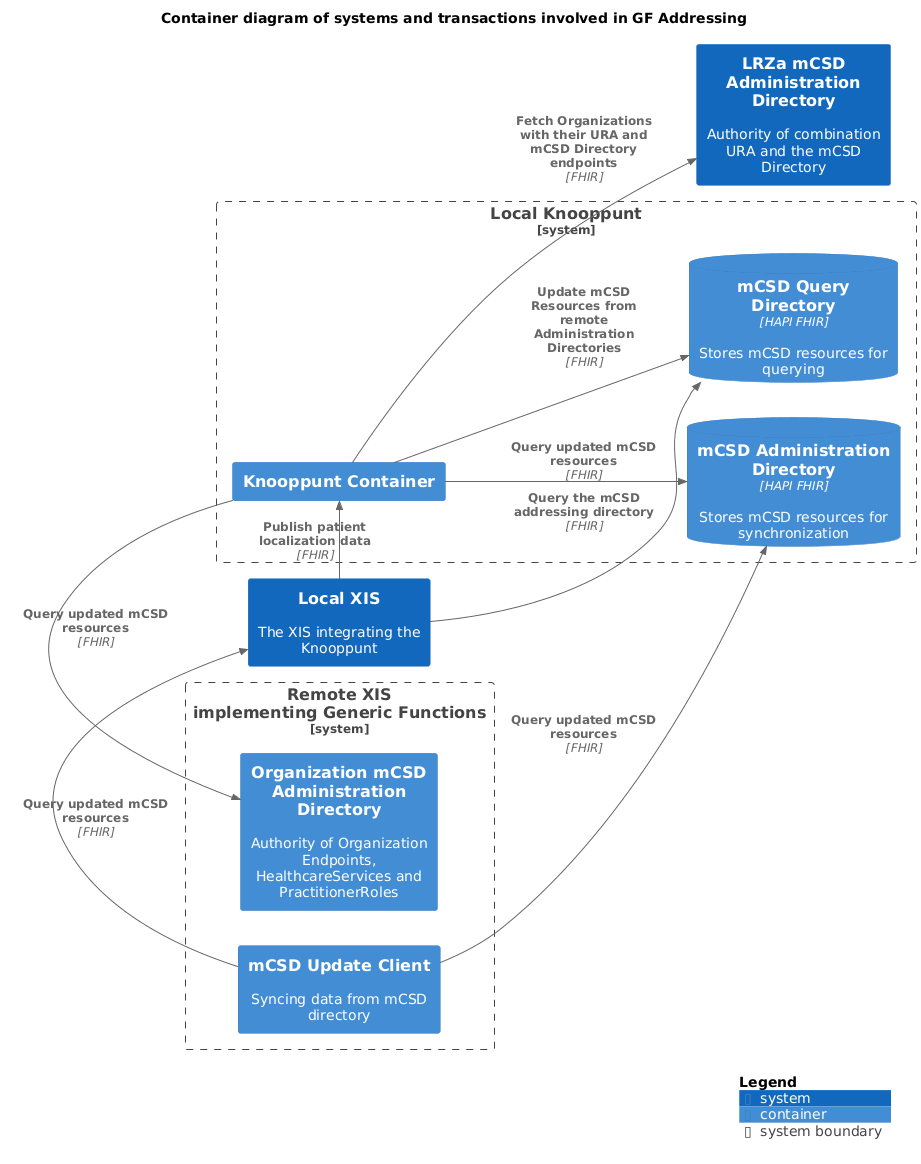
The PlantUML diagram docs/images/structurizr-GF_Addressing_ContainerDiagram.png in nuts-foundation/nuts-knooppunt, before a commit.
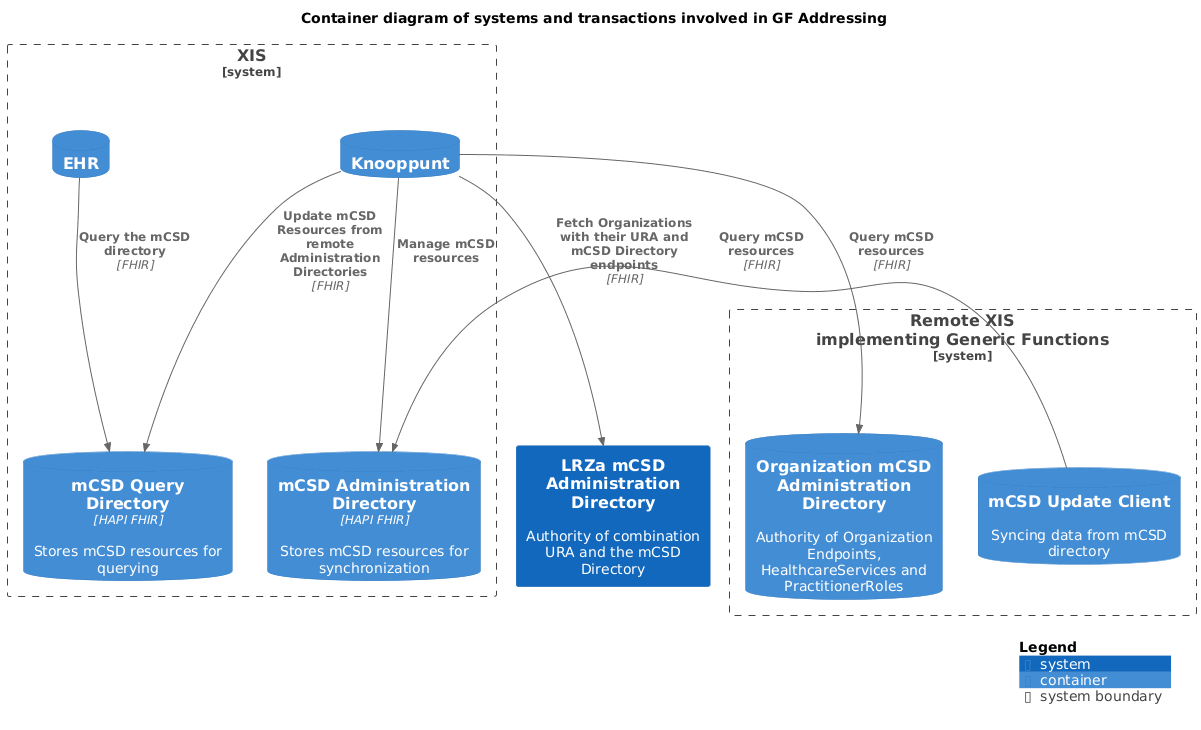
Above is the later version.

What changed in the source:
```diff
@@ -2,34 +2,32 @@
 set separator none
 title Container diagram of systems and transactions involved in GF Addressing
 
-left to right direction
+top to bottom direction
 
 !include <C4/C4>
 !include <C4/C4_Context>
 !include <C4/C4_Container>
 
 System(LRZamCSDAdministrationDirectory, "LRZa mCSD Administration Directory", $descr="Authority of combination URA and the mCSD Directory", $tags="", $link="")
-System(LocalXIS, "Local XIS", $descr="The XIS integrating the Knooppunt", $tags="", $link="")
 
 System_Boundary("RemoteXISimplementingGenericFunctions_boundary", "Remote XIS\nimplementing Generic Functions", $tags="") {
-  Container(RemoteXISimplementingGenericFunctions.mCSDUpdateClient, "mCSD Update Client", $techn="", $descr="Syncing data from mCSD directory", $tags="", $link="")
-  Container(RemoteXISimplementingGenericFunctions.OrganizationmCSDAdministrationDirectory, "Organization mCSD Administration Directory", $techn="", $descr="Authority of Organization Endpoints, HealthcareServices and PractitionerRoles", $tags="", $link="")
+  ContainerDb(RemoteXISimplementingGenericFunctions.mCSDUpdateClient, "mCSD Update Client", $techn="", $descr="Syncing data from mCSD directory", $tags="", $link="")
+  ContainerDb(RemoteXISimplementingGenericFunctions.OrganizationmCSDAdministrationDirectory, "Organization mCSD Administration Directory", $techn="", $descr="Authority of Organization Endpoints, HealthcareServices and PractitionerRoles", $tags="", $link="")
 }
 
-System_Boundary("LocalKnooppunt_boundary", "Local Knooppunt", $tags="") {
-  Container(LocalKnooppunt.KnooppuntContainer, "Knooppunt Container", $techn="", $descr="", $tags="", $link="")
-  ContainerDb(LocalKnooppunt.mCSDQueryDirectory, "mCSD Query Directory", $techn="HAPI FHIR", $descr="Stores mCSD resources for querying", $tags="", $link="")
-  ContainerDb(LocalKnooppunt.mCSDAdministrationDirectory, "mCSD Administration Directory", $techn="HAPI FHIR", $descr="Stores mCSD resources for synchronization", $tags="", $link="")
+System_Boundary("XIS_boundary", "XIS", $tags="") {
+  ContainerDb(XIS.Knooppunt, "Knooppunt", $techn="", $descr="", $tags="", $link="")
+  ContainerDb(XIS.mCSDQueryDirectory, "mCSD Query Directory", $techn="HAPI FHIR", $descr="Stores mCSD resources for querying", $tags="", $link="")
+  ContainerDb(XIS.mCSDAdministrationDirectory, "mCSD Administration Directory", $techn="HAPI FHIR", $descr="Stores mCSD resources for synchronization", $tags="", $link="")
+  ContainerDb(XIS.EHR, "EHR", $techn="", $descr="", $tags="", $link="")
 }
 
-Rel(LocalKnooppunt.KnooppuntContainer, LocalKnooppunt.mCSDQueryDirectory, "Update mCSD Resources from remote Administration Directories", $techn="FHIR", $tags="", $link="")
-Rel(LocalKnooppunt.KnooppuntContainer, LRZamCSDAdministrationDirectory, "Fetch Organizations with their URA and mCSD Directory endpoints", $techn="FHIR", $tags="", $link="")
-Rel(LocalKnooppunt.KnooppuntContainer, RemoteXISimplementingGenericFunctions.OrganizationmCSDAdministrationDirectory, "Query updated mCSD resources", $techn="FHIR", $tags="", $link="")
-Rel(LocalKnooppunt.KnooppuntContainer, LocalKnooppunt.mCSDAdministrationDirectory, "Query updated mCSD resources", $techn="FHIR", $tags="", $link="")
-Rel(LocalXIS, LocalKnooppunt.KnooppuntContainer, "Publish patient localization data", $techn="FHIR", $tags="", $link="")
-Rel(LocalXIS, LocalKnooppunt.mCSDQueryDirectory, "Query the mCSD addressing directory", $techn="FHIR", $tags="", $link="")
-Rel(RemoteXISimplementingGenericFunctions.mCSDUpdateClient, LocalXIS, "Query updated mCSD resources", $techn="FHIR", $tags="", $link="")
-Rel(RemoteXISimplementingGenericFunctions.mCSDUpdateClient, LocalKnooppunt.mCSDAdministrationDirectory, "Query updated mCSD resources", $techn="FHIR", $tags="", $link="")
+Rel(XIS.Knooppunt, XIS.mCSDQueryDirectory, "Update mCSD Resources from remote Administration Directories", $techn="FHIR", $tags="", $link="")
+Rel(XIS.Knooppunt, XIS.mCSDAdministrationDirectory, "Manage mCSD resources", $techn="", $tags="", $link="")
+Rel(XIS.EHR, XIS.mCSDQueryDirectory, "Query the mCSD directory", $techn="FHIR", $tags="", $link="")
+Rel(RemoteXISimplementingGenericFunctions.mCSDUpdateClient, XIS.mCSDAdministrationDirectory, "Query mCSD resources", $techn="FHIR", $tags="", $link="")
+Rel(XIS.Knooppunt, LRZamCSDAdministrationDirectory, "Fetch Organizations with their URA and mCSD Directory endpoints", $techn="FHIR", $tags="", $link="")
+Rel(XIS.Knooppunt, RemoteXISimplementingGenericFunctions.OrganizationmCSDAdministrationDirectory, "Query mCSD resources", $techn="FHIR", $tags="", $link="")
 
 SHOW_DYNAMIC_LEGEND()
 @enduml
```
